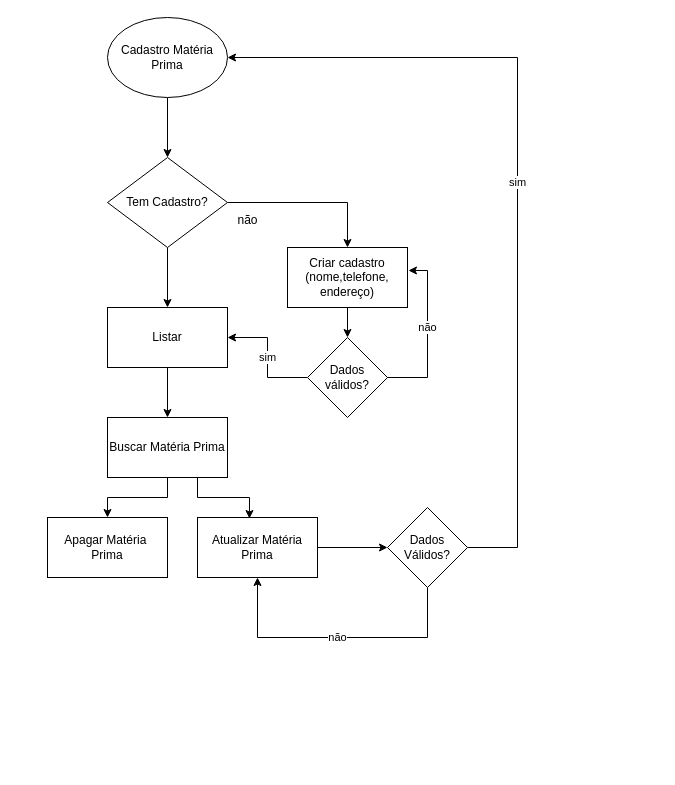
marieduas/fluxograma_ keeps this draw.io diagram as doc/fluxograma.materiaprima.drawio. Above is the earlier version. Source tidied: cells renumbered, new cells numbered last; positions are measured from the earlier drawing's top-left corner, leaving out a move shared by most shapes. Both pictures are drawn from the tidied source at 100%, with x=0, y=0 at pixel (47, 17).
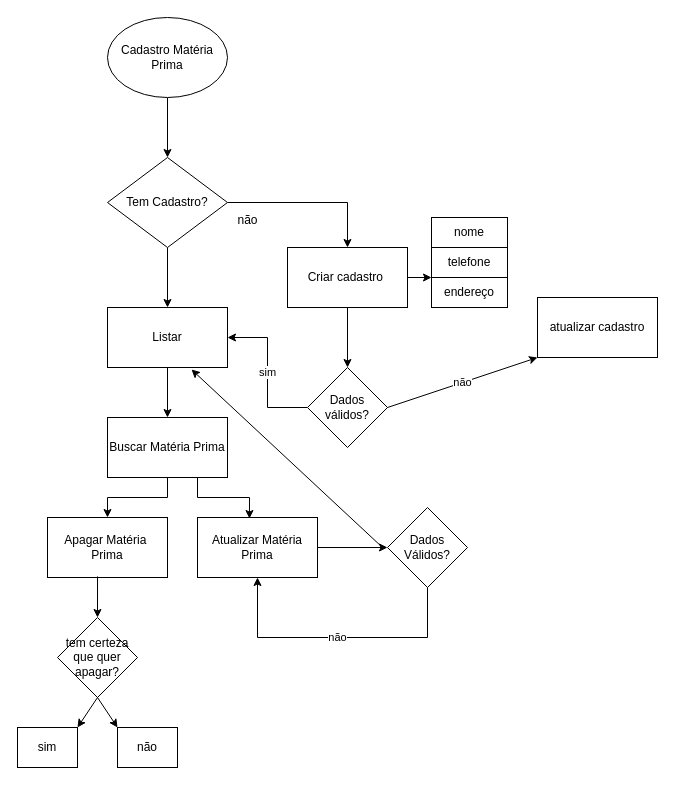
After the change.

Unchanged cells that the change refers to:
```xml
<mxCell id="3" value="Cadastro Matéria&lt;div&gt;Prima&lt;/div&gt;" style="ellipse;whiteSpace=wrap;html=1;" parent="1" vertex="1">
  <mxGeometry x="60" width="120" height="80" as="geometry" />
</mxCell>
<mxCell id="8" value="Listar" style="rounded=0;whiteSpace=wrap;html=1;" parent="1" vertex="1">
  <mxGeometry x="60" y="290" width="120" height="60" as="geometry" />
</mxCell>
<mxCell id="17" value="Apagar Matéria&amp;nbsp;&lt;div&gt;Prima&lt;/div&gt;" style="rounded=0;whiteSpace=wrap;html=1;" parent="1" vertex="1">
  <mxGeometry y="500" width="120" height="60" as="geometry" />
</mxCell>
<mxCell id="23" value="Dados Válidos?" style="rhombus;whiteSpace=wrap;html=1;" parent="1" vertex="1">
  <mxGeometry x="340" y="490" width="80" height="80" as="geometry" />
</mxCell>
```

Diff of the diagram source:
```diff
@@
-    <mxCell id="10" value="Criar cadastro (nome,telefone,&lt;div&gt;endereço)&lt;/div&gt;" style="rounded=0;whiteSpace=wrap;html=1;" parent="1" vertex="1">
+    <mxCell id="10" value="Criar cadastro&amp;nbsp;" style="rounded=0;whiteSpace=wrap;html=1;" parent="1" vertex="1">
       <mxGeometry x="240" y="230" width="120" height="60" as="geometry" />
     </mxCell>
@@
     <mxCell id="15" value="Dados&lt;div&gt;válidos?&lt;/div&gt;" style="rhombus;whiteSpace=wrap;html=1;" parent="1" vertex="1">
-      <mxGeometry x="260" y="320" width="80" height="80" as="geometry" />
+      <mxGeometry x="260" y="350" width="80" height="80" as="geometry" />
     </mxCell>
-    <mxCell id="16" value="não" style="edgeStyle=orthogonalEdgeStyle;rounded=0;jettySize=auto;html=1;entryX=1.008;entryY=0.383;entryDx=0;entryDy=0;entryPerimeter=0;" parent="1" edge="1" source="15" target="10">
-      <mxGeometry x="0.08" relative="1" as="geometry">
-        <Array as="points">
-          <mxPoint x="380" y="360" />
-          <mxPoint x="380" y="253" />
-        </Array>
-      </mxGeometry>
-    </mxCell>
@@
-    <mxCell id="21" value="sim" style="edgeStyle=orthogonalEdgeStyle;rounded=0;jettySize=auto;html=1;entryX=1;entryY=0.5;entryDx=0;entryDy=0;" parent="1" edge="1" source="23" target="3">
-      <mxGeometry relative="1" as="geometry">
-        <Array as="points">
-          <mxPoint x="470" y="530" />
-          <mxPoint x="470" y="40" />
-        </Array>
-      </mxGeometry>
-    </mxCell>
@@
+    <mxCell id="24" value="nome" style="rounded=0;whiteSpace=wrap;html=1;" parent="1" vertex="1">
+      <mxGeometry x="384" y="200" width="76" height="30" as="geometry" />
+    </mxCell>
+    <mxCell id="25" value="telefone" style="rounded=0;whiteSpace=wrap;html=1;" parent="1" vertex="1">
+      <mxGeometry x="384" y="230" width="76" height="30" as="geometry" />
+    </mxCell>
+    <mxCell id="26" value="endereço" style="rounded=0;whiteSpace=wrap;html=1;" parent="1" vertex="1">
+      <mxGeometry x="384" y="260" width="76" height="30" as="geometry" />
+    </mxCell>
+    <mxCell id="27" style="endArrow=classic;html=1;rounded=0;exitX=1;exitY=0.5;exitDx=0;exitDy=0;entryX=0;entryY=0;entryDx=0;entryDy=0;" parent="1" edge="1" source="10" target="26">
+      <mxGeometry relative="1" as="geometry" />
+    </mxCell>
+    <mxCell id="28" value="atualizar cadastro" style="rounded=0;whiteSpace=wrap;html=1;" parent="1" vertex="1">
+      <mxGeometry x="490" y="280" width="120" height="60" as="geometry" />
+    </mxCell>
+    <mxCell id="29" value="não" style="endArrow=classic;html=1;rounded=0;exitX=1;exitY=0.5;exitDx=0;exitDy=0;entryX=0;entryY=1;entryDx=0;entryDy=0;" parent="1" edge="1" source="15" target="28">
+      <mxGeometry relative="1" as="geometry" />
+    </mxCell>
+    <mxCell id="30" value="tem certeza que quer apagar?" style="rhombus;whiteSpace=wrap;html=1;" parent="1" vertex="1">
+      <mxGeometry x="10" y="600" width="80" height="80" as="geometry" />
+    </mxCell>
+    <mxCell id="31" style="endArrow=classic;html=1;rounded=0;exitX=0.417;exitY=0.983;exitDx=0;exitDy=0;exitPerimeter=0;entryX=0.5;entryY=0;entryDx=0;entryDy=0;" parent="1" edge="1" source="17" target="30">
+      <mxGeometry relative="1" as="geometry" />
+    </mxCell>
+    <mxCell id="21" value="sim" style="rounded=0;whiteSpace=wrap;html=1;" parent="1" vertex="1">
+      <mxGeometry x="-30" y="710" width="60" height="40" as="geometry" />
+    </mxCell>
+    <mxCell id="32" value="não" style="rounded=0;whiteSpace=wrap;html=1;" parent="1" vertex="1">
+      <mxGeometry x="70" y="710" width="60" height="40" as="geometry" />
+    </mxCell>
+    <mxCell id="33" style="endArrow=classic;html=1;rounded=0;exitX=0.5;exitY=1;exitDx=0;exitDy=0;entryX=1;entryY=0;entryDx=0;entryDy=0;" parent="1" edge="1" source="30" target="21">
+      <mxGeometry relative="1" as="geometry" />
+    </mxCell>
+    <mxCell id="34" style="endArrow=classic;html=1;rounded=0;exitX=0.5;exitY=1;exitDx=0;exitDy=0;entryX=0;entryY=0;entryDx=0;entryDy=0;" parent="1" edge="1" source="30" target="32">
+      <mxGeometry relative="1" as="geometry" />
+    </mxCell>
+    <mxCell id="35" style="endArrow=classic;html=1;rounded=0;entryX=0.7;entryY=1.033;entryDx=0;entryDy=0;entryPerimeter=0;exitX=-0.075;exitY=0.488;exitDx=0;exitDy=0;exitPerimeter=0;" parent="1" edge="1" source="23" target="8">
+      <mxGeometry relative="1" as="geometry" />
+    </mxCell>
```
